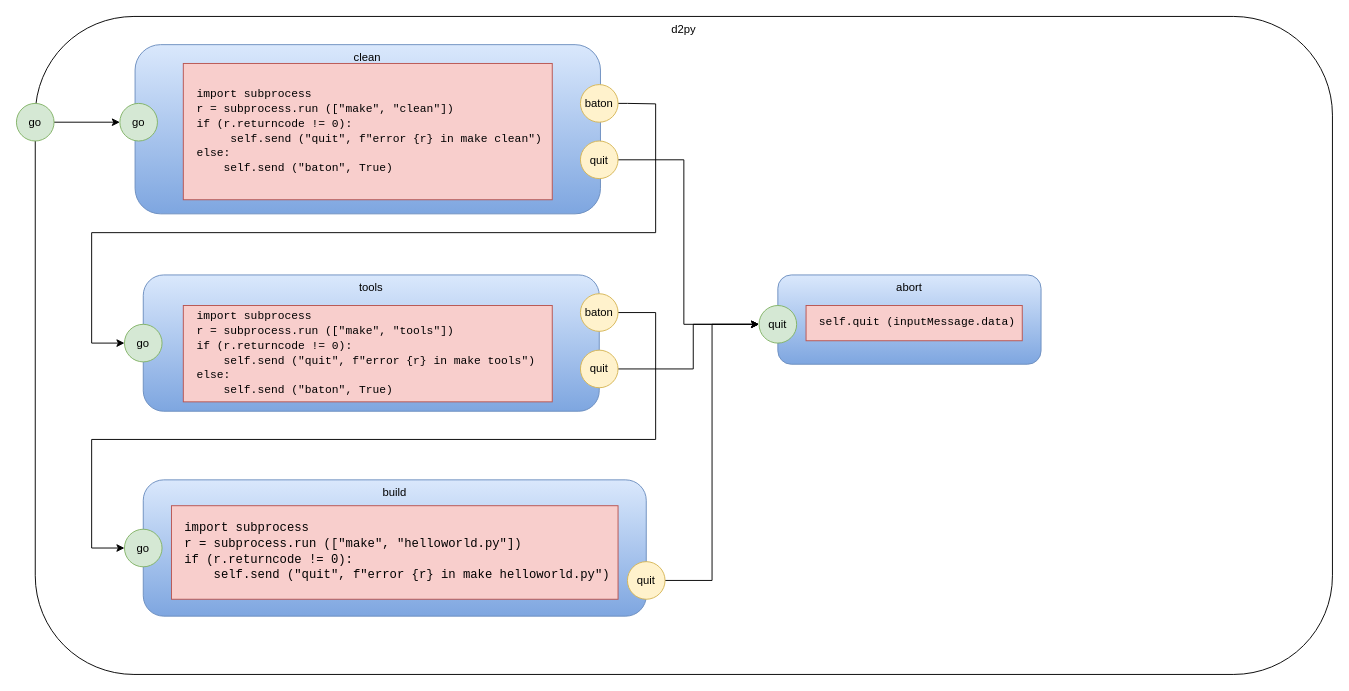
This is d2py.drawio from guitarvydas/das2json, a draw.io file, before an edit. Source tidied: cells renumbered, new cells numbered last; positions are measured from the earlier drawing's top-left corner, leaving out a move shared by most shapes. Both pictures are drawn from the tidied source at 94%, with x=0, y=0 at pixel (16, 16).
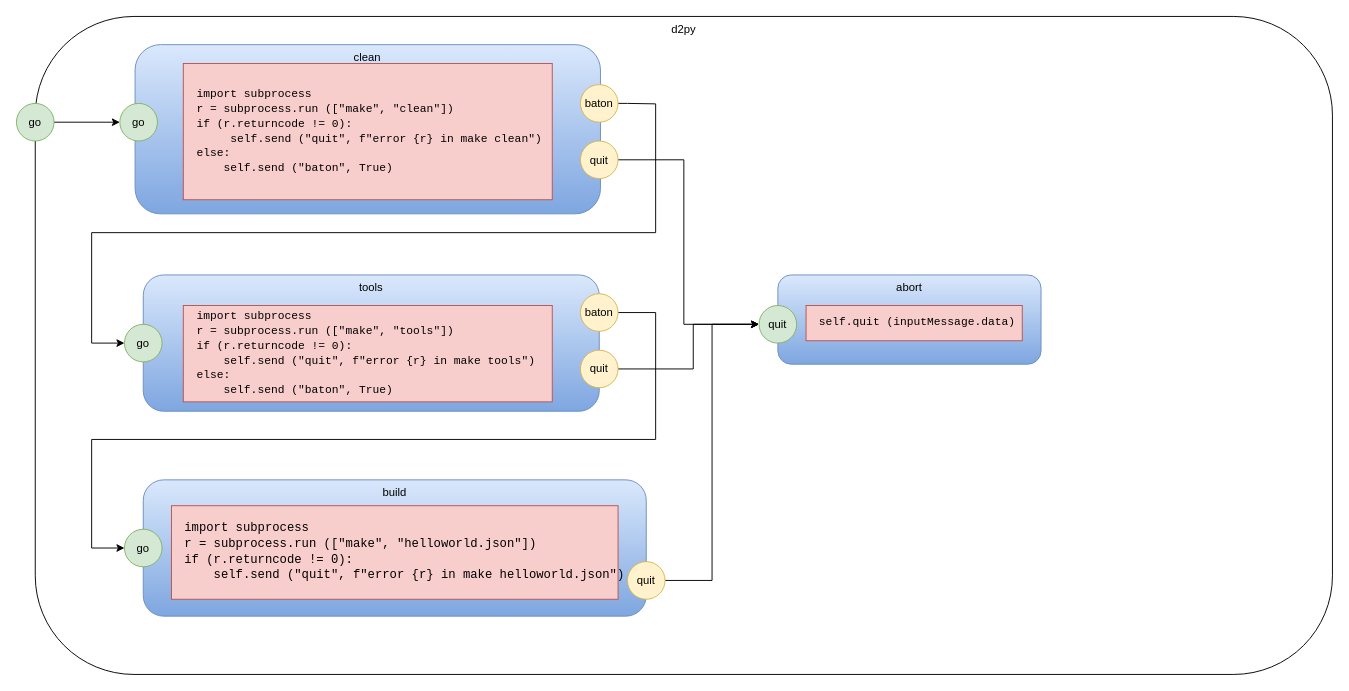
The same diagram, later.

The edit, as a diff of the source:
```diff
@@
-    <mxCell id="8" value="&lt;pre class=&quot;lang-py s-code-block&quot; style=&quot;margin-top: 0px ; margin-bottom: 0px ; padding: 12px ; border: 0px ; font-stretch: inherit ; line-height: 1.30769 ; vertical-align: baseline ; box-sizing: inherit ; width: auto ; max-height: 600px ; overflow: auto ; border-radius: 5px ; overflow-wrap: normal&quot;&gt;&lt;span style=&quot;font-size: 13px&quot;&gt;import subprocess&lt;br&gt;r = subprocess.run ([&quot;make&quot;, &quot;helloworld.py&quot;])&lt;br&gt;if (r.returncode != 0):&lt;br&gt;    self.send (&quot;quit&quot;, f&quot;error {r} in make helloworld.py&quot;)&lt;br&gt;&lt;/span&gt;&lt;/pre&gt;&lt;div&gt;&lt;/div&gt;" style="rounded=0;whiteSpace=wrap;html=1;fillColor=#f8cecc;strokeColor=#b85450;align=left;" parent="1" vertex="1">
+    <mxCell id="8" value="&lt;pre class=&quot;lang-py s-code-block&quot; style=&quot;margin-top: 0px ; margin-bottom: 0px ; padding: 12px ; border: 0px ; font-stretch: inherit ; line-height: 1.30769 ; vertical-align: baseline ; box-sizing: inherit ; width: auto ; max-height: 600px ; overflow: auto ; border-radius: 5px ; overflow-wrap: normal&quot;&gt;&lt;span style=&quot;font-size: 13px&quot;&gt;import subprocess&lt;br&gt;r = subprocess.run ([&quot;make&quot;, &quot;helloworld.json&quot;])&lt;br&gt;if (r.returncode != 0):&lt;br&gt;    self.send (&quot;quit&quot;, f&quot;error {r} in make helloworld.json&quot;)&lt;br&gt;&lt;/span&gt;&lt;/pre&gt;&lt;div&gt;&lt;/div&gt;" style="rounded=0;whiteSpace=wrap;html=1;fillColor=#f8cecc;strokeColor=#b85450;align=left;" parent="1" vertex="1">
       <mxGeometry x="164.9" y="520.5" width="475.1" height="99.5" as="geometry" />
     </mxCell>
```
